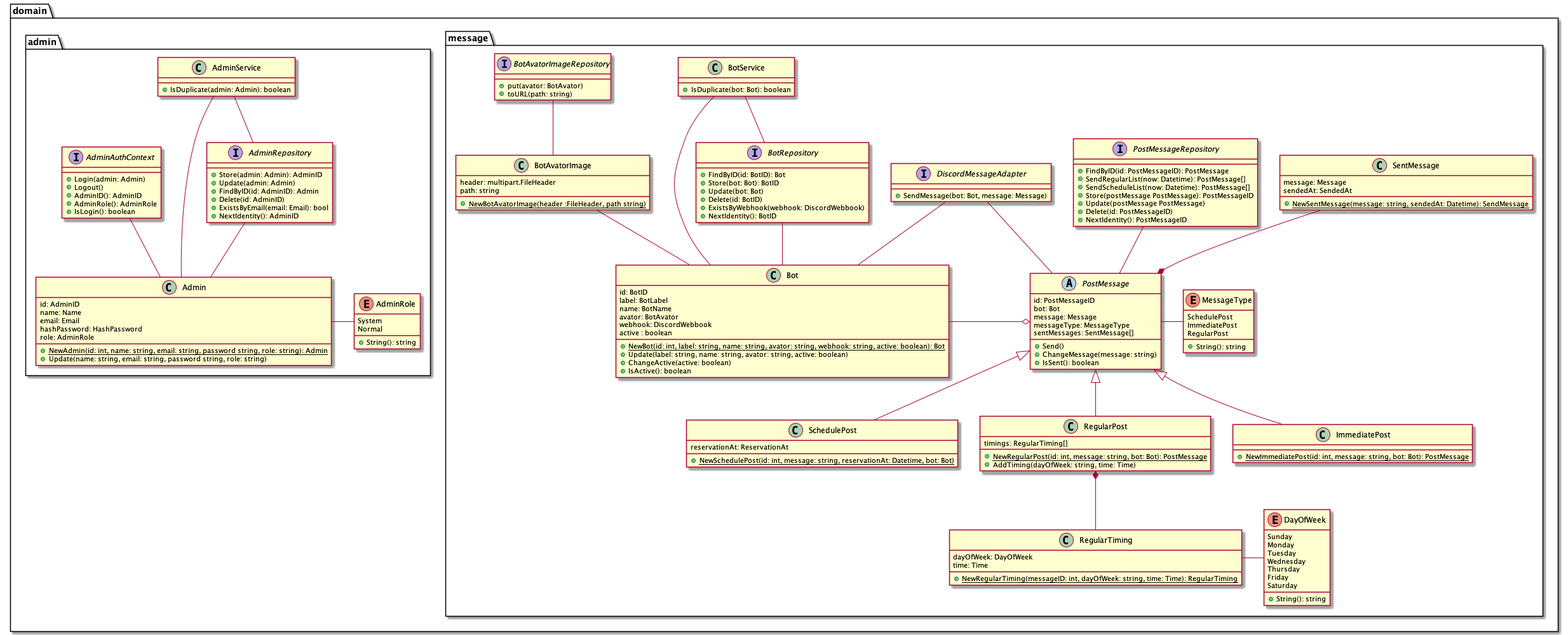
takemo101/dc-scheduler keeps this PlantUML diagram as document/design/class.png. Above is the earlier version.
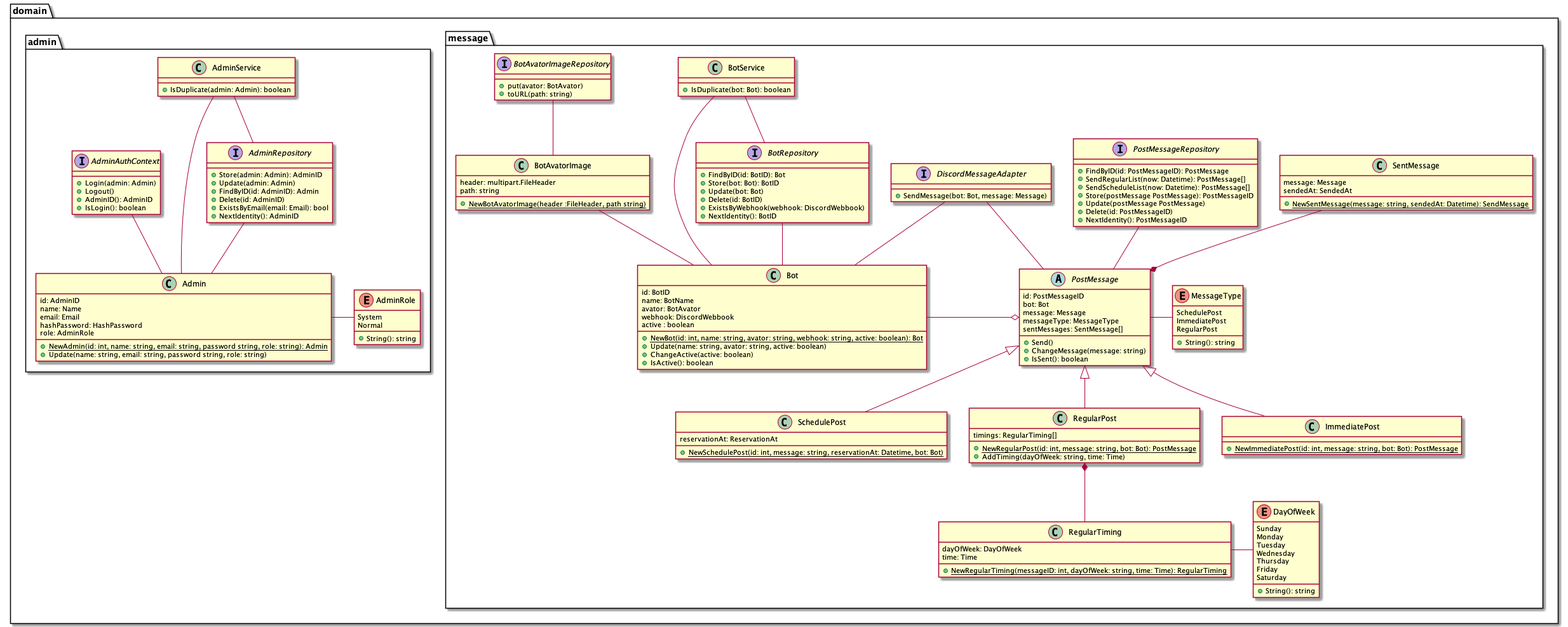
The same file after the commit.

Diff of the diagram source:
```diff
@@ -4,13 +4,12 @@
     package message {
         class Bot {
             id: BotID
-            label: BotLabel
             name: BotName
             avator: BotAvator
             webhook: DiscordWebbook
             active : boolean
-            + {static} NewBot(id: int, label: string, name: string, avator: string, webhook: string, active: boolean): Bot
-            + Update(label: string, name: string, avator: string, active: boolean)
+            + {static} NewBot(id: int, name: string, avator: string, webhook: string, active: boolean): Bot
+            + Update(name: string, avator: string, active: boolean)
             + ChangeActive(active: boolean)
             + IsActive(): boolean
         }
@@ -144,7 +143,6 @@
             + Login(admin: Admin)
             + Logout()
             + AdminID(): AdminID
-            + AdminRole(): AdminRole
             + IsLogin(): boolean
         }
     }
```
